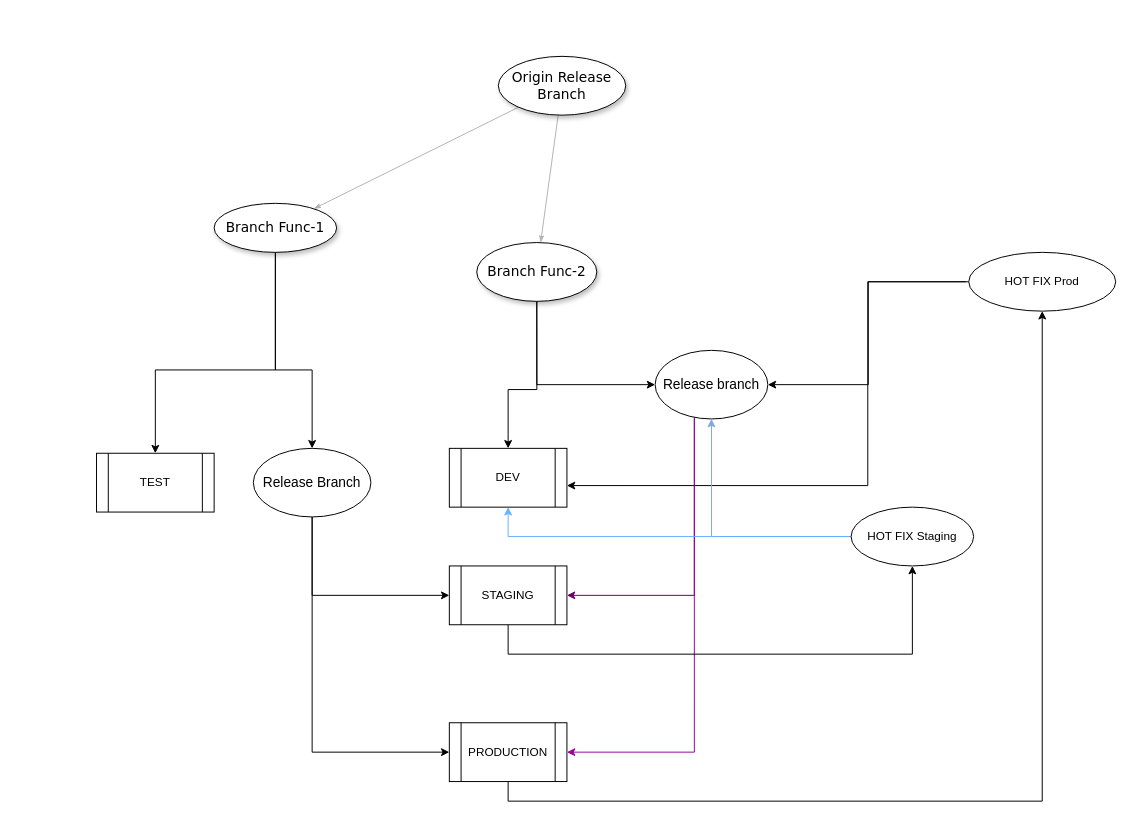
This is Untitled Diagram.drawio from Yangsou/blogNT, a draw.io file, before an edit. Source tidied: cells renumbered, new cells numbered last; positions are measured from the earlier drawing's top-left corner, leaving out a move shared by most shapes. Both pictures are drawn from the tidied source at 98%, with x=0, y=0 at pixel (96, 56).
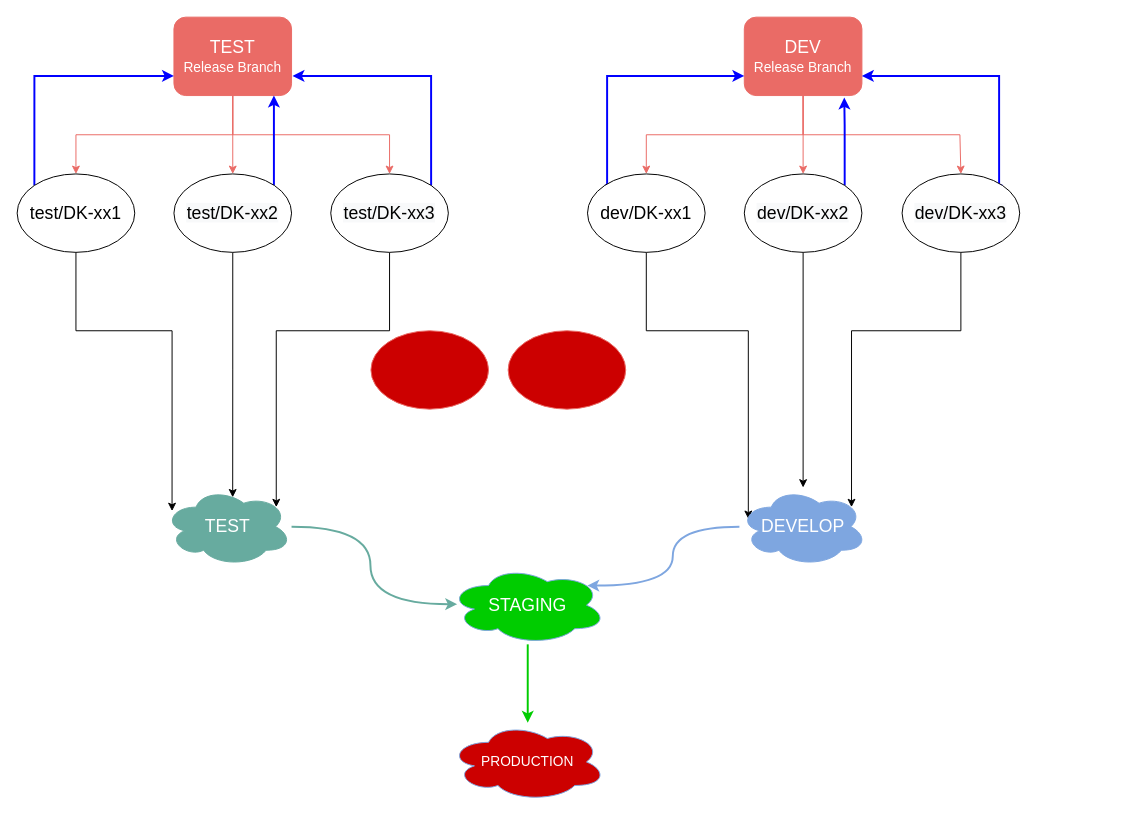
Above is the later version.

Commit message (it also covers changes not shown here):
Git Flow

The edit, as a diff of the source:
```diff
@@
-    <mxCell id="2" style="edgeStyle=none;rounded=1;html=1;labelBackgroundColor=none;startArrow=none;startFill=0;startSize=5;endArrow=classicThin;endFill=1;endSize=5;jettySize=auto;strokeColor=#B3B3B3;strokeWidth=1;fontFamily=Verdana;fontSize=12;" parent="1" edge="1" source="4" target="10">
-      <mxGeometry relative="1" as="geometry" />
-    </mxCell>
-    <mxCell id="3" style="edgeStyle=none;rounded=1;html=1;labelBackgroundColor=none;startArrow=none;startFill=0;startSize=5;endArrow=classicThin;endFill=1;endSize=5;jettySize=auto;strokeColor=#B3B3B3;strokeWidth=1;fontFamily=Verdana;fontSize=12;" parent="1" edge="1" source="4" target="7">
-      <mxGeometry relative="1" as="geometry" />
-    </mxCell>
-    <mxCell id="4" value="&lt;font style=&quot;font-size: 14px&quot;&gt;Origin Release Branch&lt;/font&gt;" style="ellipse;whiteSpace=wrap;html=1;rounded=0;shadow=1;comic=0;labelBackgroundColor=none;strokeWidth=1;fontFamily=Verdana;fontSize=12;align=center;" parent="1" vertex="1">
-      <mxGeometry x="410" width="130" height="60" as="geometry" />
-    </mxCell>
-    <mxCell id="5" style="edgeStyle=orthogonalEdgeStyle;rounded=0;jettySize=auto;html=1;entryX=0;entryY=0.5;entryDx=0;entryDy=0;exitX=0.5;exitY=1;exitDx=0;exitDy=0;" parent="1" edge="1" source="7" target="17">
-      <mxGeometry relative="1" as="geometry">
-        <Array as="points">
-          <mxPoint x="449" y="335" />
-        </Array>
-      </mxGeometry>
-    </mxCell>
-    <mxCell id="6" style="edgeStyle=orthogonalEdgeStyle;rounded=0;jettySize=auto;html=1;entryX=0.5;entryY=0;entryDx=0;entryDy=0;strokeColor=#000000;" parent="1" edge="1" source="7" target="24">
-      <mxGeometry relative="1" as="geometry">
-        <Array as="points">
-          <mxPoint x="449" y="340" />
-          <mxPoint x="420" y="340" />
-        </Array>
-      </mxGeometry>
-    </mxCell>
-    <mxCell id="7" value="&lt;span&gt;&lt;font style=&quot;font-size: 14px&quot;&gt;Branch Func-2&lt;/font&gt;&lt;/span&gt;" style="ellipse;whiteSpace=wrap;html=1;rounded=0;shadow=1;comic=0;labelBackgroundColor=none;strokeWidth=1;fontFamily=Verdana;fontSize=12;align=center;" parent="1" vertex="1">
-      <mxGeometry x="388" y="190" width="122.5" height="60" as="geometry" />
-    </mxCell>
-    <mxCell id="8" style="edgeStyle=orthogonalEdgeStyle;rounded=0;jettySize=auto;html=1;entryX=0.5;entryY=0;entryDx=0;entryDy=0;exitX=0.5;exitY=1;exitDx=0;exitDy=0;" parent="1" edge="1" source="10" target="28">
-      <mxGeometry relative="1" as="geometry">
-        <Array as="points">
-          <mxPoint x="183" y="320" />
-          <mxPoint x="220" y="320" />
-        </Array>
-      </mxGeometry>
-    </mxCell>
-    <mxCell id="9" style="edgeStyle=orthogonalEdgeStyle;rounded=0;jettySize=auto;html=1;entryX=0.5;entryY=0;entryDx=0;entryDy=0;" parent="1" edge="1" source="10" target="25">
-      <mxGeometry relative="1" as="geometry">
-        <Array as="points">
-          <mxPoint x="183" y="320" />
-          <mxPoint x="60" y="320" />
-        </Array>
-      </mxGeometry>
-    </mxCell>
-    <mxCell id="10" value="&lt;font style=&quot;font-size: 14px&quot;&gt;Branch Func-1&lt;/font&gt;" style="ellipse;whiteSpace=wrap;html=1;rounded=0;shadow=1;comic=0;labelBackgroundColor=none;strokeWidth=1;fontFamily=Verdana;fontSize=12;align=center;" parent="1" vertex="1">
-      <mxGeometry x="120" y="150" width="125" height="50" as="geometry" />
-    </mxCell>
-    <mxCell id="11" style="edgeStyle=orthogonalEdgeStyle;rounded=0;jettySize=auto;html=1;entryX=0.5;entryY=1;entryDx=0;entryDy=0;exitX=0.5;exitY=1;exitDx=0;exitDy=0;" parent="1" edge="1" source="23" target="14">
-      <mxGeometry relative="1" as="geometry" />
-    </mxCell>
-    <mxCell id="12" style="edgeStyle=orthogonalEdgeStyle;rounded=0;jettySize=auto;html=1;exitX=0;exitY=0.5;exitDx=0;exitDy=0;entryX=1;entryY=0.633;entryDx=0;entryDy=0;entryPerimeter=0;" parent="1" edge="1" target="24">
-      <mxGeometry relative="1" as="geometry">
-        <mxPoint x="887" y="230" as="sourcePoint" />
-        <Array as="points">
-          <mxPoint x="787" y="230" />
-          <mxPoint x="787" y="438" />
-        </Array>
-      </mxGeometry>
-    </mxCell>
-    <mxCell id="13" style="edgeStyle=orthogonalEdgeStyle;rounded=0;jettySize=auto;html=1;entryX=1;entryY=0.5;entryDx=0;entryDy=0;" parent="1" edge="1" source="14" target="17">
-      <mxGeometry relative="1" as="geometry" />
-    </mxCell>
-    <mxCell id="14" value="HOT FIX Prod" style="ellipse;whiteSpace=wrap;html=1;" parent="1" vertex="1">
-      <mxGeometry x="890" y="200" width="150" height="60" as="geometry" />
-    </mxCell>
-    <mxCell id="15" style="edgeStyle=orthogonalEdgeStyle;rounded=0;jettySize=auto;html=1;entryX=1;entryY=0.5;entryDx=0;entryDy=0;strokeColor=#660066;" parent="1" edge="1" source="17" target="22">
-      <mxGeometry relative="1" as="geometry">
-        <Array as="points">
-          <mxPoint x="610" y="550" />
-        </Array>
-      </mxGeometry>
-    </mxCell>
-    <mxCell id="16" style="edgeStyle=orthogonalEdgeStyle;rounded=0;jettySize=auto;html=1;exitX=0.348;exitY=1;exitDx=0;exitDy=0;exitPerimeter=0;strokeColor=#990099;shadow=0;entryX=1;entryY=0.5;entryDx=0;entryDy=0;" parent="1" edge="1" source="17" target="23">
-      <mxGeometry relative="1" as="geometry">
-        <Array as="points">
-          <mxPoint x="610" y="710" />
-        </Array>
-      </mxGeometry>
-    </mxCell>
-    <mxCell id="17" value="&lt;font style=&quot;font-size: 14px&quot;&gt;Release branch&lt;/font&gt;" style="ellipse;whiteSpace=wrap;html=1;" parent="1" vertex="1">
-      <mxGeometry x="570" y="300" width="115" height="70" as="geometry" />
-    </mxCell>
-    <mxCell id="18" style="edgeStyle=orthogonalEdgeStyle;rounded=0;jettySize=auto;html=1;entryX=0.5;entryY=1;entryDx=0;entryDy=0;exitX=0;exitY=0.5;exitDx=0;exitDy=0;strokeColor=#7EA6E0;" parent="1" edge="1" source="20" target="17">
-      <mxGeometry relative="1" as="geometry" />
-    </mxCell>
-    <mxCell id="19" style="edgeStyle=orthogonalEdgeStyle;rounded=0;jettySize=auto;html=1;entryX=0.5;entryY=1;entryDx=0;entryDy=0;strokeColor=#66B2FF;" parent="1" edge="1" source="20" target="24">
-      <mxGeometry relative="1" as="geometry">
-        <Array as="points">
-          <mxPoint x="420" y="490" />
-        </Array>
-      </mxGeometry>
-    </mxCell>
-    <mxCell id="20" value="HOT FIX Staging" style="ellipse;whiteSpace=wrap;html=1;" parent="1" vertex="1">
-      <mxGeometry x="770" y="460" width="125" height="60" as="geometry" />
-    </mxCell>
-    <mxCell id="21" style="edgeStyle=orthogonalEdgeStyle;rounded=0;jettySize=auto;html=1;entryX=0.5;entryY=1;entryDx=0;entryDy=0;shadow=0;strokeColor=#000000;" parent="1" edge="1" source="22" target="20">
-      <mxGeometry relative="1" as="geometry">
-        <Array as="points">
-          <mxPoint x="420" y="610" />
-          <mxPoint x="833" y="610" />
-        </Array>
-      </mxGeometry>
-    </mxCell>
+    <mxCell id="29" style="edgeStyle=orthogonalEdgeStyle;rounded=0;jettySize=auto;html=1;strokeColor=#EA6B66;" parent="1" edge="1" source="32" target="54">
+      <mxGeometry relative="1" as="geometry" />
+    </mxCell>
+    <mxCell id="30" style="edgeStyle=orthogonalEdgeStyle;rounded=0;jettySize=auto;html=1;entryX=0.5;entryY=0;entryDx=0;entryDy=0;exitX=0.5;exitY=1;exitDx=0;exitDy=0;strokeColor=#EA6B66;" parent="1" edge="1" source="32" target="48">
+      <mxGeometry relative="1" as="geometry">
+        <Array as="points">
+          <mxPoint x="721" y="80" />
+          <mxPoint x="881" y="80" />
+        </Array>
+      </mxGeometry>
+    </mxCell>
+    <mxCell id="31" style="edgeStyle=orthogonalEdgeStyle;rounded=0;jettySize=auto;html=1;entryX=0.5;entryY=0;entryDx=0;entryDy=0;strokeColor=#EA6B66;" parent="1" edge="1" source="32" target="51">
+      <mxGeometry relative="1" as="geometry">
+        <Array as="points">
+          <mxPoint x="721" y="80" />
+          <mxPoint x="561" y="80" />
+        </Array>
+      </mxGeometry>
+    </mxCell>
+    <mxCell id="32" value="&lt;font color=&quot;#ffffff&quot;&gt;&lt;span style=&quot;font-size: 18px&quot;&gt;DEV&lt;/span&gt;&lt;br&gt;&lt;font style=&quot;font-size: 14px&quot;&gt;Release Branch&lt;/font&gt;&lt;/font&gt;" style="rounded=1;whiteSpace=wrap;html=1;fillColor=#EA6B66;strokeColor=#EA6B66;" parent="1" vertex="1">
+      <mxGeometry x="661" y="-40" width="120" height="80" as="geometry" />
+    </mxCell>
+    <mxCell id="33" style="edgeStyle=orthogonalEdgeStyle;rounded=0;jettySize=auto;html=1;exitX=0.5;exitY=1;exitDx=0;exitDy=0;entryX=0.5;entryY=0;entryDx=0;entryDy=0;strokeColor=#EA6B66;" parent="1" edge="1" source="36" target="39">
+      <mxGeometry relative="1" as="geometry" />
+    </mxCell>
+    <mxCell id="34" style="edgeStyle=orthogonalEdgeStyle;rounded=0;jettySize=auto;html=1;strokeColor=#EA6B66;" parent="1" edge="1" source="36" target="42">
+      <mxGeometry relative="1" as="geometry" />
+    </mxCell>
+    <mxCell id="35" style="edgeStyle=orthogonalEdgeStyle;rounded=0;jettySize=auto;html=1;entryX=0.5;entryY=0;entryDx=0;entryDy=0;exitX=0.5;exitY=1;exitDx=0;exitDy=0;strokeColor=#EA6B66;" parent="1" edge="1" source="36" target="45">
+      <mxGeometry relative="1" as="geometry">
+        <Array as="points">
+          <mxPoint x="139" y="80" />
+          <mxPoint x="299" y="80" />
+        </Array>
+      </mxGeometry>
+    </mxCell>
+    <mxCell id="36" value="&lt;font color=&quot;#ffffff&quot;&gt;&lt;font&gt;&lt;span style=&quot;font-size: 18px&quot;&gt;TEST&lt;br&gt;&lt;/span&gt;&lt;/font&gt;&lt;font style=&quot;font-size: 14px&quot;&gt;Release Branch&lt;/font&gt;&lt;/font&gt;" style="rounded=1;whiteSpace=wrap;html=1;strokeColor=#EA6B66;fillColor=#EA6B66;" parent="1" vertex="1">
+      <mxGeometry x="79" y="-40" width="120" height="80" as="geometry" />
+    </mxCell>
+    <mxCell id="37" style="edgeStyle=orthogonalEdgeStyle;rounded=0;jettySize=auto;html=1;entryX=0.062;entryY=0.3;entryDx=0;entryDy=0;entryPerimeter=0;" parent="1" edge="1" source="39" target="25">
+      <mxGeometry relative="1" as="geometry">
+        <Array as="points">
+          <mxPoint x="-21" y="280" />
+          <mxPoint x="77" y="280" />
+        </Array>
+      </mxGeometry>
+    </mxCell>
+    <mxCell id="38" style="edgeStyle=orthogonalEdgeStyle;rounded=0;jettySize=auto;html=1;exitX=0;exitY=0;exitDx=0;exitDy=0;strokeColor=#0000FF;strokeWidth=2;fillColor=#0000CC;" parent="1" edge="1" source="39">
+      <mxGeometry relative="1" as="geometry">
+        <mxPoint x="79" y="20" as="targetPoint" />
+        <Array as="points">
+          <mxPoint x="-63" y="20" />
+          <mxPoint x="79" y="20" />
+        </Array>
+      </mxGeometry>
+    </mxCell>
+    <mxCell id="39" value="&lt;font style=&quot;font-size: 18px&quot;&gt;test/DK-xx1&lt;/font&gt;" style="ellipse;whiteSpace=wrap;html=1;" parent="1" vertex="1">
+      <mxGeometry x="-81" y="120" width="120" height="80" as="geometry" />
+    </mxCell>
+    <mxCell id="40" style="edgeStyle=orthogonalEdgeStyle;rounded=0;jettySize=auto;html=1;entryX=0.538;entryY=0.125;entryDx=0;entryDy=0;entryPerimeter=0;" parent="1" edge="1" source="42" target="25">
+      <mxGeometry relative="1" as="geometry" />
+    </mxCell>
+    <mxCell id="41" style="edgeStyle=orthogonalEdgeStyle;jettySize=auto;html=1;exitX=1;exitY=0;exitDx=0;exitDy=0;fillColor=#e1d5e7;strokeColor=#0000FF;strokeWidth=2;curved=1;" parent="1" edge="1" source="42">
+      <mxGeometry relative="1" as="geometry">
+        <mxPoint x="181" y="40" as="targetPoint" />
+        <Array as="points">
+          <mxPoint x="181" y="40" />
+        </Array>
+      </mxGeometry>
+    </mxCell>
+    <mxCell id="42" value="&lt;span style=&quot;color: rgb(0 , 0 , 0) ; font-family: &amp;#34;helvetica&amp;#34; ; font-size: 18px ; font-style: normal ; font-weight: 400 ; letter-spacing: normal ; text-align: center ; text-indent: 0px ; text-transform: none ; word-spacing: 0px ; background-color: rgb(248 , 249 , 250) ; display: inline ; float: none&quot;&gt;test/DK-xx2&lt;/span&gt;" style="ellipse;whiteSpace=wrap;html=1;" parent="1" vertex="1">
+      <mxGeometry x="79" y="120" width="120" height="80" as="geometry" />
+    </mxCell>
+    <mxCell id="43" style="edgeStyle=orthogonalEdgeStyle;rounded=0;jettySize=auto;html=1;entryX=0.88;entryY=0.25;entryDx=0;entryDy=0;entryPerimeter=0;" parent="1" edge="1" source="45" target="25">
+      <mxGeometry relative="1" as="geometry">
+        <Array as="points">
+          <mxPoint x="299" y="280" />
+          <mxPoint x="183" y="280" />
+        </Array>
+      </mxGeometry>
+    </mxCell>
+    <mxCell id="44" style="edgeStyle=orthogonalEdgeStyle;rounded=0;jettySize=auto;html=1;exitX=1;exitY=0;exitDx=0;exitDy=0;strokeColor=#0000FF;strokeWidth=2;fillColor=#0000CC;" parent="1" edge="1" source="45">
+      <mxGeometry relative="1" as="geometry">
+        <mxPoint x="200" y="20" as="targetPoint" />
+        <Array as="points">
+          <mxPoint x="341" y="20" />
+          <mxPoint x="200" y="20" />
+        </Array>
+      </mxGeometry>
+    </mxCell>
+    <mxCell id="45" value="&lt;span style=&quot;color: rgb(0 , 0 , 0) ; font-family: &amp;#34;helvetica&amp;#34; ; font-size: 18px ; font-style: normal ; font-weight: 400 ; letter-spacing: normal ; text-align: center ; text-indent: 0px ; text-transform: none ; word-spacing: 0px ; background-color: rgb(248 , 249 , 250) ; display: inline ; float: none&quot;&gt;test/DK-xx3&lt;/span&gt;" style="ellipse;whiteSpace=wrap;html=1;" parent="1" vertex="1">
+      <mxGeometry x="239" y="120" width="120" height="80" as="geometry" />
+    </mxCell>
+    <mxCell id="46" style="edgeStyle=orthogonalEdgeStyle;rounded=0;jettySize=auto;html=1;entryX=0.88;entryY=0.25;entryDx=0;entryDy=0;entryPerimeter=0;" parent="1" edge="1" source="48" target="57">
+      <mxGeometry relative="1" as="geometry">
+        <Array as="points">
+          <mxPoint x="882" y="280" />
+          <mxPoint x="770" y="280" />
+        </Array>
+      </mxGeometry>
+    </mxCell>
+    <mxCell id="47" style="edgeStyle=orthogonalEdgeStyle;rounded=0;jettySize=auto;html=1;exitX=1;exitY=0;exitDx=0;exitDy=0;entryX=1;entryY=0.75;entryDx=0;entryDy=0;strokeColor=#0000FF;strokeWidth=2;fillColor=#0000CC;" parent="1" edge="1" source="48" target="32">
+      <mxGeometry relative="1" as="geometry">
+        <Array as="points">
+          <mxPoint x="921" y="132" />
+          <mxPoint x="921" y="20" />
+        </Array>
+      </mxGeometry>
+    </mxCell>
+    <mxCell id="48" value="&lt;span style=&quot;color: rgb(0 , 0 , 0) ; font-family: &amp;#34;helvetica&amp;#34; ; font-size: 18px ; font-style: normal ; font-weight: 400 ; letter-spacing: normal ; text-align: center ; text-indent: 0px ; text-transform: none ; word-spacing: 0px ; background-color: rgb(248 , 249 , 250) ; display: inline ; float: none&quot;&gt;dev/DK-xx3&lt;/span&gt;" style="ellipse;whiteSpace=wrap;html=1;" parent="1" vertex="1">
+      <mxGeometry x="822" y="120" width="120" height="80" as="geometry" />
+    </mxCell>
+    <mxCell id="49" style="edgeStyle=orthogonalEdgeStyle;rounded=0;jettySize=auto;html=1;entryX=0.07;entryY=0.4;entryDx=0;entryDy=0;entryPerimeter=0;" parent="1" edge="1" source="51" target="57">
+      <mxGeometry relative="1" as="geometry">
+        <Array as="points">
+          <mxPoint x="561" y="280" />
+          <mxPoint x="665" y="280" />
+        </Array>
+      </mxGeometry>
+    </mxCell>
+    <mxCell id="50" style="edgeStyle=orthogonalEdgeStyle;rounded=0;jettySize=auto;html=1;exitX=0;exitY=0;exitDx=0;exitDy=0;strokeColor=#0000FF;strokeWidth=2;fillColor=#0000CC;" parent="1" edge="1" source="51">
+      <mxGeometry relative="1" as="geometry">
+        <mxPoint x="661" y="20" as="targetPoint" />
+        <Array as="points">
+          <mxPoint x="521" y="132" />
+          <mxPoint x="521" y="20" />
+          <mxPoint x="661" y="20" />
+        </Array>
+      </mxGeometry>
+    </mxCell>
+    <mxCell id="51" value="&lt;font style=&quot;font-size: 18px&quot;&gt;dev/DK-xx1&lt;/font&gt;" style="ellipse;whiteSpace=wrap;html=1;" parent="1" vertex="1">
+      <mxGeometry x="501" y="120" width="120" height="80" as="geometry" />
+    </mxCell>
+    <mxCell id="52" style="edgeStyle=orthogonalEdgeStyle;rounded=0;jettySize=auto;html=1;" parent="1" edge="1" source="54" target="57">
+      <mxGeometry relative="1" as="geometry" />
+    </mxCell>
+    <mxCell id="53" style="edgeStyle=orthogonalEdgeStyle;rounded=0;jettySize=auto;html=1;exitX=1;exitY=0;exitDx=0;exitDy=0;entryX=0.85;entryY=1.025;entryDx=0;entryDy=0;entryPerimeter=0;strokeColor=#0000FF;strokeWidth=2;fillColor=#0000CC;" parent="1" edge="1" source="54" target="32">
+      <mxGeometry relative="1" as="geometry">
+        <Array as="points">
+          <mxPoint x="763" y="70" />
+          <mxPoint x="763" y="70" />
+        </Array>
+      </mxGeometry>
+    </mxCell>
+    <mxCell id="54" value="&lt;span style=&quot;color: rgb(0 , 0 , 0) ; font-family: &amp;#34;helvetica&amp;#34; ; font-size: 18px ; font-style: normal ; font-weight: 400 ; letter-spacing: normal ; text-align: center ; text-indent: 0px ; text-transform: none ; word-spacing: 0px ; background-color: rgb(248 , 249 , 250) ; display: inline ; float: none&quot;&gt;dev/DK-xx2&lt;/span&gt;" style="ellipse;whiteSpace=wrap;html=1;" parent="1" vertex="1">
+      <mxGeometry x="661" y="120" width="120" height="80" as="geometry" />
+    </mxCell>
+    <mxCell id="55" style="edgeStyle=orthogonalEdgeStyle;curved=1;jettySize=auto;html=1;entryX=0.05;entryY=0.488;entryDx=0;entryDy=0;entryPerimeter=0;strokeWidth=2;fillColor=#0000CC;strokeColor=#67AB9F;" parent="1" edge="1" source="25" target="22">
+      <mxGeometry relative="1" as="geometry" />
+    </mxCell>
+    <mxCell id="25" value="&lt;font style=&quot;font-size: 18px&quot; color=&quot;#ffffff&quot;&gt;TEST&lt;/font&gt;" style="ellipse;shape=cloud;whiteSpace=wrap;html=1;fillColor=#67AB9F;strokeColor=#67AB9F;" parent="1" vertex="1">
+      <mxGeometry x="69" y="440" width="130" height="80" as="geometry" />
+    </mxCell>
+    <mxCell id="56" style="edgeStyle=orthogonalEdgeStyle;curved=1;jettySize=auto;html=1;entryX=0.88;entryY=0.25;entryDx=0;entryDy=0;entryPerimeter=0;strokeWidth=2;fillColor=#0000CC;strokeColor=#7EA6E0;" parent="1" edge="1" source="57" target="22">
+      <mxGeometry relative="1" as="geometry" />
+    </mxCell>
+    <mxCell id="57" value="&lt;font color=&quot;#ffffff&quot;&gt;&lt;span style=&quot;font-size: 18px&quot;&gt;DEVELOP&lt;/span&gt;&lt;/font&gt;" style="ellipse;shape=cloud;whiteSpace=wrap;html=1;fillColor=#7EA6E0;strokeColor=#7EA6E0;" parent="1" vertex="1">
+      <mxGeometry x="656" y="440" width="130" height="80" as="geometry" />
+    </mxCell>
+    <mxCell id="58" style="edgeStyle=orthogonalEdgeStyle;curved=1;jettySize=auto;html=1;strokeWidth=2;fillColor=#0000CC;strokeColor=#00CC00;" parent="1" edge="1" source="22" target="23">
+      <mxGeometry relative="1" as="geometry" />
+    </mxCell>
-    <mxCell id="22" value="STAGING" style="shape=process;whiteSpace=wrap;html=1;backgroundOutline=1;" parent="1" vertex="1">
-      <mxGeometry x="360" y="520" width="120" height="60" as="geometry" />
+    <mxCell id="22" value="&lt;font style=&quot;font-size: 18px&quot; color=&quot;#ffffff&quot;&gt;STAGING&lt;/font&gt;" style="ellipse;shape=cloud;whiteSpace=wrap;html=1;strokeColor=#7EA6E0;fillColor=#00CC00;" parent="1" vertex="1">
+      <mxGeometry x="360" y="520" width="160" height="80" as="geometry" />
     </mxCell>
-    <mxCell id="23" value="PRODUCTION" style="shape=process;whiteSpace=wrap;html=1;backgroundOutline=1;" parent="1" vertex="1">
-      <mxGeometry x="360" y="680" width="120" height="60" as="geometry" />
+    <mxCell id="23" value="&lt;font style=&quot;font-size: 14px&quot; color=&quot;#ffffff&quot;&gt;PRODUCTION&lt;/font&gt;" style="ellipse;shape=cloud;whiteSpace=wrap;html=1;strokeColor=#7EA6E0;fillColor=#CC0000;" parent="1" vertex="1">
+      <mxGeometry x="360" y="680" width="160" height="80" as="geometry" />
     </mxCell>
-    <mxCell id="24" value="DEV" style="shape=process;whiteSpace=wrap;html=1;backgroundOutline=1;" parent="1" vertex="1">
-      <mxGeometry x="360" y="400" width="120" height="60" as="geometry" />
-    </mxCell>
-    <mxCell id="25" value="TEST" style="shape=process;whiteSpace=wrap;html=1;backgroundOutline=1;" parent="1" vertex="1">
-      <mxGeometry y="405" width="120" height="60" as="geometry" />
-    </mxCell>
-    <mxCell id="26" style="edgeStyle=orthogonalEdgeStyle;rounded=0;jettySize=auto;html=1;entryX=0;entryY=0.5;entryDx=0;entryDy=0;exitX=0.5;exitY=1;exitDx=0;exitDy=0;" parent="1" edge="1" source="28" target="22">
-      <mxGeometry relative="1" as="geometry" />
-    </mxCell>
-    <mxCell id="27" style="edgeStyle=orthogonalEdgeStyle;rounded=0;jettySize=auto;html=1;exitX=0.5;exitY=1;exitDx=0;exitDy=0;" parent="1" edge="1" source="28">
-      <mxGeometry relative="1" as="geometry">
-        <mxPoint x="360" y="710" as="targetPoint" />
-        <Array as="points">
-          <mxPoint x="220" y="710" />
-          <mxPoint x="360" y="710" />
-        </Array>
-      </mxGeometry>
-    </mxCell>
-    <mxCell id="28" value="&lt;font style=&quot;font-size: 14px&quot;&gt;Release Branch&lt;/font&gt;" style="ellipse;whiteSpace=wrap;html=1;" parent="1" vertex="1">
-      <mxGeometry x="160" y="400" width="120" height="70" as="geometry" />
-    </mxCell>
+    <mxCell id="59" style="ellipse;whiteSpace=wrap;html=1;strokeColor=#EA6B66;fillColor=#CC0000;" parent="1" vertex="1">
+      <mxGeometry x="420" y="280" width="120" height="80" as="geometry" />
+    </mxCell>
+    <mxCell id="60" style="ellipse;whiteSpace=wrap;html=1;strokeColor=#EA6B66;fillColor=#CC0000;" parent="1" vertex="1">
+      <mxGeometry x="280" y="280" width="120" height="80" as="geometry" />
+    </mxCell>
```
